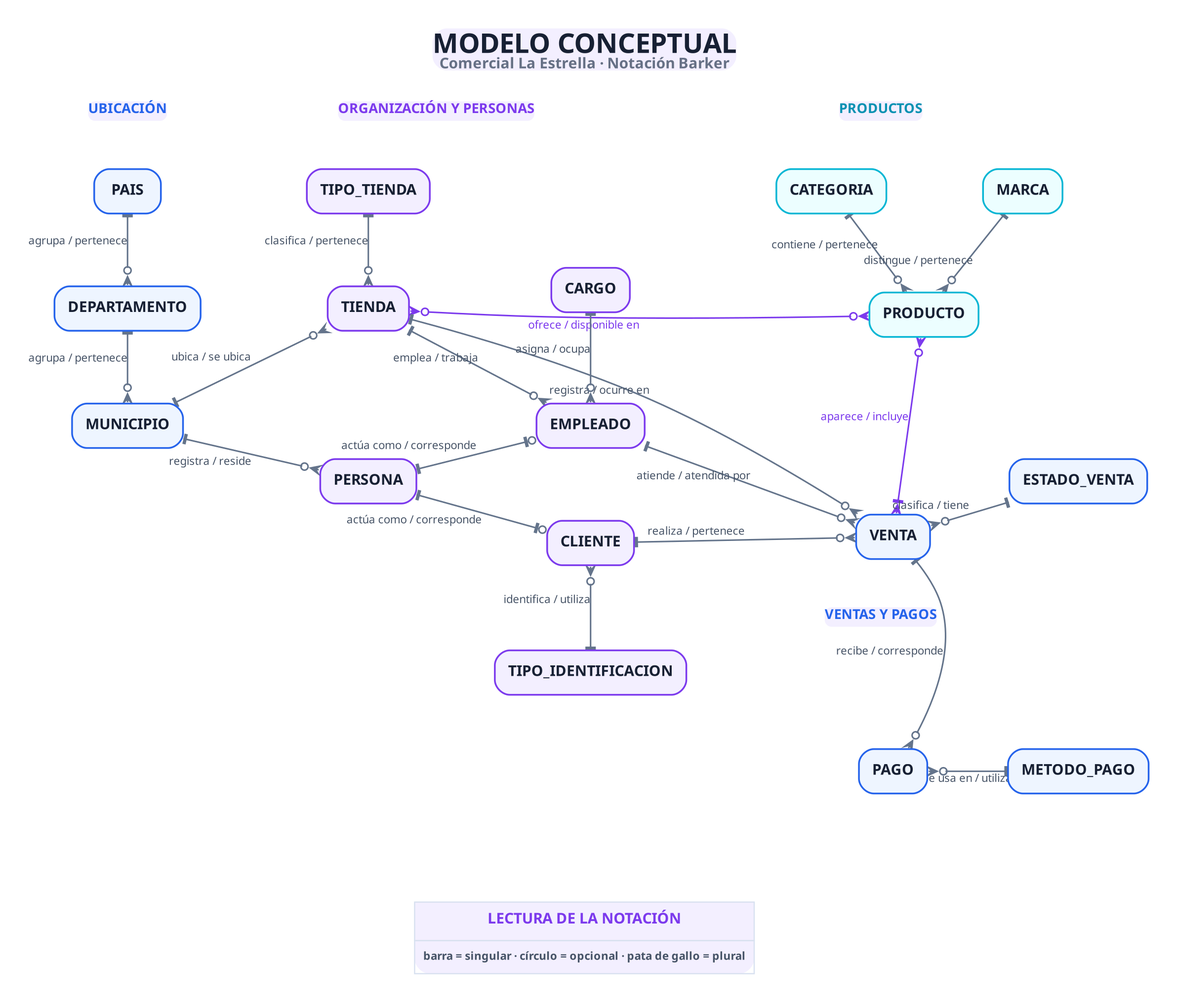
Before: Proyecto 1/modelos/modelo_conceptual.png, a diagram exported from Graphviz (ricardious/SBD1_2S2026). Its source is kept beside it as Proyecto 1/modelos/modelo_conceptual.dot. The source it was exported from:
```dot
graph conceptual {
  graph [
    layout=neato,
    bgcolor="white",
    pad=0.32,
    splines=true,
    overlap=false,
    outputorder=edgesfirst,
    fontname="DejaVu Sans"
  ];

  node [
    shape=box,
    style="rounded,filled",
    color="#7C3AED",
    fillcolor="#F3EFFF",
    fontcolor="#172033",
    fontname="DejaVu Sans Bold",
    fontsize=12,
    penwidth=1.4,
    margin="0.15,0.10",
    pin=true
  ];

  edge [
    dir=both,
    color="#64748B",
    fontcolor="#475467",
    fontname="DejaVu Sans",
    fontsize=9,
    penwidth=1.25,
    arrowsize=0.72
  ];

  TITULO [
    shape=plain,
    pos="450,805!",
    label=<<FONT POINT-SIZE="22" COLOR="#172033"><B>MODELO CONCEPTUAL</B></FONT><BR/><FONT POINT-SIZE="12" COLOR="#667085">Comercial La Estrella · Notación Barker</FONT>>
  ];

  DOM_UBICACION [shape=plain, pos="80,755!", label=<<FONT POINT-SIZE="11" COLOR="#2563EB"><B>UBICACIÓN</B></FONT>>];
  DOM_ORGANIZACION [shape=plain, pos="330,755!", label=<<FONT POINT-SIZE="11" COLOR="#7C3AED"><B>ORGANIZACIÓN Y PERSONAS</B></FONT>>];
  DOM_PRODUCTOS [shape=plain, pos="690,755!", label=<<FONT POINT-SIZE="11" COLOR="#0891B2"><B>PRODUCTOS</B></FONT>>];
  DOM_VENTAS [shape=plain, pos="690,345!", label=<<FONT POINT-SIZE="11" COLOR="#2563EB"><B>VENTAS Y PAGOS</B></FONT>>];

  PAIS [pos="80,690!", fillcolor="#EEF5FF", color="#2563EB"];
  DEPARTAMENTO [pos="80,595!", fillcolor="#EEF5FF", color="#2563EB"];
  MUNICIPIO [pos="80,500!", fillcolor="#EEF5FF", color="#2563EB"];

  TIPO_TIENDA [pos="275,690!"];
  TIENDA [pos="275,595!"];
  PERSONA [pos="275,455!"];
  EMPLEADO [pos="455,500!"];
  CLIENTE [pos="455,405!"];
  CARGO [pos="455,610!"];
  TIPO_IDENTIFICACION [pos="455,300!"];

  CATEGORIA [pos="650,690!", fillcolor="#ECFEFF", color="#06B6D4"];
  MARCA [pos="805,690!", fillcolor="#ECFEFF", color="#06B6D4"];
  PRODUCTO [pos="725,590!", fillcolor="#ECFEFF", color="#06B6D4"];

  VENTA [pos="700,410!", fillcolor="#EEF5FF", color="#2563EB"];
  ESTADO_VENTA [pos="850,455!", fillcolor="#EEF5FF", color="#2563EB"];
  PAGO [pos="700,220!", fillcolor="#EEF5FF", color="#2563EB"];
  METODO_PAGO [pos="850,220!", fillcolor="#EEF5FF", color="#2563EB"];

  PAIS -- DEPARTAMENTO [label="agrupa / pertenece", arrowtail=tee, arrowhead=crowodot];
  DEPARTAMENTO -- MUNICIPIO [label="agrupa / pertenece", arrowtail=tee, arrowhead=crowodot];
  MUNICIPIO -- TIENDA [label="ubica / se ubica", arrowtail=tee, arrowhead=crowodot];
  MUNICIPIO -- PERSONA [label="registra / reside", arrowtail=tee, arrowhead=crowodot];

  TIPO_TIENDA -- TIENDA [label="clasifica / pertenece", arrowtail=tee, arrowhead=crowodot];
  PERSONA -- EMPLEADO [label="actúa como / corresponde", arrowtail=tee, arrowhead=odottee];
  PERSONA -- CLIENTE [label="actúa como / corresponde", arrowtail=tee, arrowhead=odottee];
  TIENDA -- EMPLEADO [label="emplea / trabaja", arrowtail=tee, arrowhead=crowodot];
  CARGO -- EMPLEADO [label="asigna / ocupa", arrowtail=tee, arrowhead=crowodot];
  TIPO_IDENTIFICACION -- CLIENTE [label="identifica / utiliza", arrowtail=tee, arrowhead=crowodot];

  CATEGORIA -- PRODUCTO [label="contiene / pertenece", arrowtail=tee, arrowhead=crowodot];
  MARCA -- PRODUCTO [label="distingue / pertenece", arrowtail=tee, arrowhead=crowodot];
  TIENDA -- PRODUCTO [
    label="ofrece / disponible en",
    arrowtail=crowodot,
    arrowhead=crowodot,
    color="#7C3AED",
    fontcolor="#7C3AED"
  ];

  TIENDA -- VENTA [label="registra / ocurre en", arrowtail=tee, arrowhead=crowodot];
  EMPLEADO -- VENTA [label="atiende / atendida por", arrowtail=tee, arrowhead=crowodot];
  CLIENTE -- VENTA [label="realiza / pertenece", arrowtail=tee, arrowhead=crowodot];
  ESTADO_VENTA -- VENTA [label="clasifica / tiene", arrowtail=tee, arrowhead=crowodot];
  PRODUCTO -- VENTA [
    label="aparece / incluye",
    arrowtail=crowodot,
    arrowhead=crowtee,
    color="#7C3AED",
    fontcolor="#7C3AED"
  ];
  VENTA -- PAGO [label="recibe / corresponde", arrowtail=tee, arrowhead=crowodot];
  METODO_PAGO -- PAGO [label="se usa en / utiliza", arrowtail=tee, arrowhead=crowodot];

  LEYENDA [
    shape=plain,
    pos="450,85!",
    label=<<TABLE BORDER="0" CELLBORDER="1" COLOR="#D8E1F0" CELLSPACING="0" CELLPADDING="6">
      <TR><TD BGCOLOR="#F3EFFF"><FONT COLOR="#7C3AED"><B>LECTURA DE LA NOTACIÓN</B></FONT></TD></TR>
      <TR><TD><FONT POINT-SIZE="9" COLOR="#475467">barra = singular · círculo = opcional · pata de gallo = plural</FONT></TD></TR>
    </TABLE>>
  ];
}
```
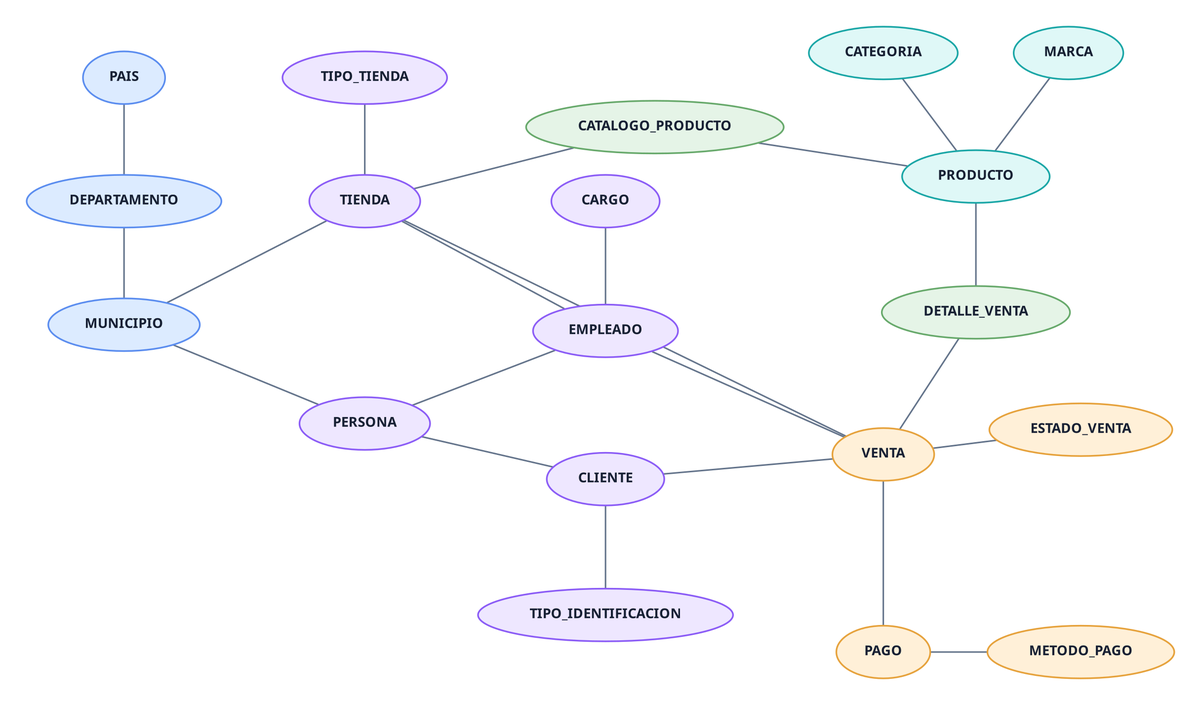
The same diagram one commit later.

Commit message:
docs(modelo): simplificar diagrama conceptual

Diff of the diagram source:
```diff
@@ -2,110 +2,75 @@
   graph [
     layout=neato,
     bgcolor="white",
-    pad=0.32,
-    splines=true,
+    pad=0.30,
+    splines=line,
     overlap=false,
     outputorder=edgesfirst,
     fontname="DejaVu Sans"
   ];
 
   node [
-    shape=box,
-    style="rounded,filled",
-    color="#7C3AED",
-    fillcolor="#F3EFFF",
+    shape=ellipse,
+    style=filled,
     fontcolor="#172033",
     fontname="DejaVu Sans Bold",
-    fontsize=12,
-    penwidth=1.4,
-    margin="0.15,0.10",
+    fontsize=11,
+    penwidth=1.35,
+    margin="0.16,0.10",
     pin=true
   ];
 
   edge [
-    dir=both,
     color="#64748B",
-    fontcolor="#475467",
-    fontname="DejaVu Sans",
-    fontsize=9,
-    penwidth=1.25,
-    arrowsize=0.72
+    penwidth=1.25
   ];
 
-  TITULO [
-    shape=plain,
-    pos="450,805!",
-    label=<<FONT POINT-SIZE="22" COLOR="#172033"><B>MODELO CONCEPTUAL</B></FONT><BR/><FONT POINT-SIZE="12" COLOR="#667085">Comercial La Estrella · Notación Barker</FONT>>
-  ];
+  PAIS [pos="75,690!", fillcolor="#DCEBFF", color="#5B8DEF"];
+  DEPARTAMENTO [pos="75,590!", fillcolor="#DCEBFF", color="#5B8DEF"];
+  MUNICIPIO [pos="75,490!", fillcolor="#DCEBFF", color="#5B8DEF"];
 
-  DOM_UBICACION [shape=plain, pos="80,755!", label=<<FONT POINT-SIZE="11" COLOR="#2563EB"><B>UBICACIÓN</B></FONT>>];
-  DOM_ORGANIZACION [shape=plain, pos="330,755!", label=<<FONT POINT-SIZE="11" COLOR="#7C3AED"><B>ORGANIZACIÓN Y PERSONAS</B></FONT>>];
-  DOM_PRODUCTOS [shape=plain, pos="690,755!", label=<<FONT POINT-SIZE="11" COLOR="#0891B2"><B>PRODUCTOS</B></FONT>>];
-  DOM_VENTAS [shape=plain, pos="690,345!", label=<<FONT POINT-SIZE="11" COLOR="#2563EB"><B>VENTAS Y PAGOS</B></FONT>>];
+  TIPO_TIENDA [pos="270,690!", fillcolor="#EEE7FF", color="#8B5CF6"];
+  TIENDA [pos="270,590!", fillcolor="#EEE7FF", color="#8B5CF6"];
+  PERSONA [pos="270,410!", fillcolor="#EEE7FF", color="#8B5CF6"];
+  EMPLEADO [pos="465,485!", fillcolor="#EEE7FF", color="#8B5CF6"];
+  CLIENTE [pos="465,365!", fillcolor="#EEE7FF", color="#8B5CF6"];
+  CARGO [pos="465,590!", fillcolor="#EEE7FF", color="#8B5CF6"];
+  TIPO_IDENTIFICACION [pos="465,255!", fillcolor="#EEE7FF", color="#8B5CF6"];
 
-  PAIS [pos="80,690!", fillcolor="#EEF5FF", color="#2563EB"];
-  DEPARTAMENTO [pos="80,595!", fillcolor="#EEF5FF", color="#2563EB"];
-  MUNICIPIO [pos="80,500!", fillcolor="#EEF5FF", color="#2563EB"];
+  CATEGORIA [pos="690,710!", fillcolor="#DFF8F7", color="#1AA6A6"];
+  MARCA [pos="840,710!", fillcolor="#DFF8F7", color="#1AA6A6"];
+  PRODUCTO [pos="765,610!", fillcolor="#DFF8F7", color="#1AA6A6"];
+  CATALOGO_PRODUCTO [pos="505,650!", fillcolor="#E5F4E7", color="#67A96B"];
 
-  TIPO_TIENDA [pos="275,690!"];
-  TIENDA [pos="275,595!"];
-  PERSONA [pos="275,455!"];
-  EMPLEADO [pos="455,500!"];
-  CLIENTE [pos="455,405!"];
-  CARGO [pos="455,610!"];
-  TIPO_IDENTIFICACION [pos="455,300!"];
+  DETALLE_VENTA [pos="765,500!", fillcolor="#E5F4E7", color="#67A96B"];
+  VENTA [pos="690,385!", fillcolor="#FFF0D8", color="#E6A23C"];
+  ESTADO_VENTA [pos="850,405!", fillcolor="#FFF0D8", color="#E6A23C"];
+  PAGO [pos="690,225!", fillcolor="#FFF0D8", color="#E6A23C"];
+  METODO_PAGO [pos="850,225!", fillcolor="#FFF0D8", color="#E6A23C"];
 
-  CATEGORIA [pos="650,690!", fillcolor="#ECFEFF", color="#06B6D4"];
-  MARCA [pos="805,690!", fillcolor="#ECFEFF", color="#06B6D4"];
-  PRODUCTO [pos="725,590!", fillcolor="#ECFEFF", color="#06B6D4"];
+  PAIS -- DEPARTAMENTO;
+  DEPARTAMENTO -- MUNICIPIO;
+  MUNICIPIO -- TIENDA;
+  MUNICIPIO -- PERSONA;
 
-  VENTA [pos="700,410!", fillcolor="#EEF5FF", color="#2563EB"];
-  ESTADO_VENTA [pos="850,455!", fillcolor="#EEF5FF", color="#2563EB"];
-  PAGO [pos="700,220!", fillcolor="#EEF5FF", color="#2563EB"];
-  METODO_PAGO [pos="850,220!", fillcolor="#EEF5FF", color="#2563EB"];
+  TIPO_TIENDA -- TIENDA;
+  PERSONA -- EMPLEADO;
+  PERSONA -- CLIENTE;
+  TIENDA -- EMPLEADO;
+  CARGO -- EMPLEADO;
+  TIPO_IDENTIFICACION -- CLIENTE;
 
-  PAIS -- DEPARTAMENTO [label="agrupa / pertenece", arrowtail=tee, arrowhead=crowodot];
-  DEPARTAMENTO -- MUNICIPIO [label="agrupa / pertenece", arrowtail=tee, arrowhead=crowodot];
-  MUNICIPIO -- TIENDA [label="ubica / se ubica", arrowtail=tee, arrowhead=crowodot];
-  MUNICIPIO -- PERSONA [label="registra / reside", arrowtail=tee, arrowhead=crowodot];
+  CATEGORIA -- PRODUCTO;
+  MARCA -- PRODUCTO;
+  TIENDA -- CATALOGO_PRODUCTO;
+  PRODUCTO -- CATALOGO_PRODUCTO;
 
-  TIPO_TIENDA -- TIENDA [label="clasifica / pertenece", arrowtail=tee, arrowhead=crowodot];
-  PERSONA -- EMPLEADO [label="actúa como / corresponde", arrowtail=tee, arrowhead=odottee];
-  PERSONA -- CLIENTE [label="actúa como / corresponde", arrowtail=tee, arrowhead=odottee];
-  TIENDA -- EMPLEADO [label="emplea / trabaja", arrowtail=tee, arrowhead=crowodot];
-  CARGO -- EMPLEADO [label="asigna / ocupa", arrowtail=tee, arrowhead=crowodot];
-  TIPO_IDENTIFICACION -- CLIENTE [label="identifica / utiliza", arrowtail=tee, arrowhead=crowodot];
-
-  CATEGORIA -- PRODUCTO [label="contiene / pertenece", arrowtail=tee, arrowhead=crowodot];
-  MARCA -- PRODUCTO [label="distingue / pertenece", arrowtail=tee, arrowhead=crowodot];
-  TIENDA -- PRODUCTO [
-    label="ofrece / disponible en",
-    arrowtail=crowodot,
-    arrowhead=crowodot,
-    color="#7C3AED",
-    fontcolor="#7C3AED"
-  ];
-
-  TIENDA -- VENTA [label="registra / ocurre en", arrowtail=tee, arrowhead=crowodot];
-  EMPLEADO -- VENTA [label="atiende / atendida por", arrowtail=tee, arrowhead=crowodot];
-  CLIENTE -- VENTA [label="realiza / pertenece", arrowtail=tee, arrowhead=crowodot];
-  ESTADO_VENTA -- VENTA [label="clasifica / tiene", arrowtail=tee, arrowhead=crowodot];
-  PRODUCTO -- VENTA [
-    label="aparece / incluye",
-    arrowtail=crowodot,
-    arrowhead=crowtee,
-    color="#7C3AED",
-    fontcolor="#7C3AED"
-  ];
-  VENTA -- PAGO [label="recibe / corresponde", arrowtail=tee, arrowhead=crowodot];
-  METODO_PAGO -- PAGO [label="se usa en / utiliza", arrowtail=tee, arrowhead=crowodot];
-
-  LEYENDA [
-    shape=plain,
-    pos="450,85!",
-    label=<<TABLE BORDER="0" CELLBORDER="1" COLOR="#D8E1F0" CELLSPACING="0" CELLPADDING="6">
-      <TR><TD BGCOLOR="#F3EFFF"><FONT COLOR="#7C3AED"><B>LECTURA DE LA NOTACIÓN</B></FONT></TD></TR>
-      <TR><TD><FONT POINT-SIZE="9" COLOR="#475467">barra = singular · círculo = opcional · pata de gallo = plural</FONT></TD></TR>
-    </TABLE>>
-  ];
+  TIENDA -- VENTA;
+  EMPLEADO -- VENTA;
+  CLIENTE -- VENTA;
+  ESTADO_VENTA -- VENTA;
+  VENTA -- DETALLE_VENTA;
+  PRODUCTO -- DETALLE_VENTA;
+  VENTA -- PAGO;
+  METODO_PAGO -- PAGO;
 }
```
